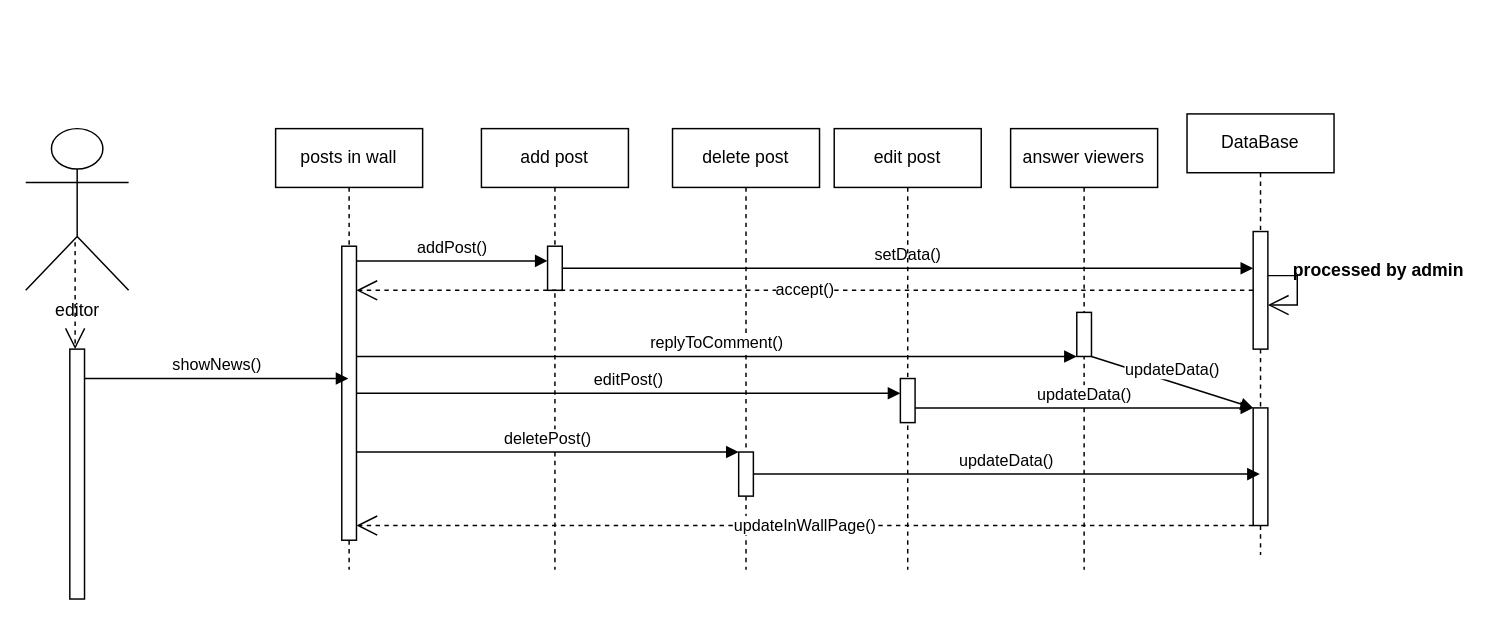
Earlier version of the draw.io diagram assets/diagrams/EditorProcess_sequence.drawio (Rowan-Hamed/Press-Agency-System). Source tidied: cells renumbered, new cells numbered last; positions are measured from the earlier drawing's top-left corner, leaving out a move shared by most shapes. Both pictures are drawn from the tidied source at 147%, with x=0, y=0 at pixel (25, 113).
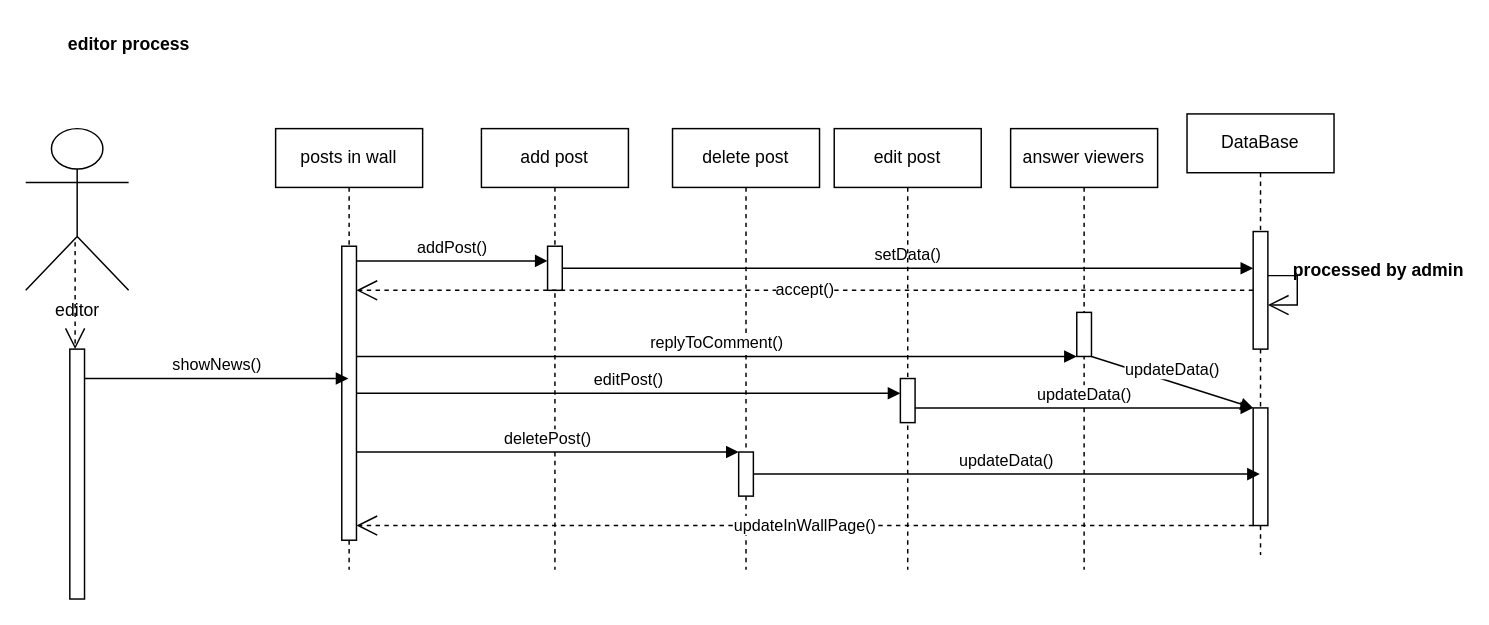
After the change.

Change to the diagram source:
```diff
@@
+    <mxCell id="32" value="editor process" style="text;align=center;fontStyle=1;verticalAlign=middle;spacingLeft=3;spacingRight=3;strokeColor=none;html=1;" parent="1" vertex="1">
+      <mxGeometry x="30" y="-60" width="80" height="26" as="geometry" />
+    </mxCell>
```
